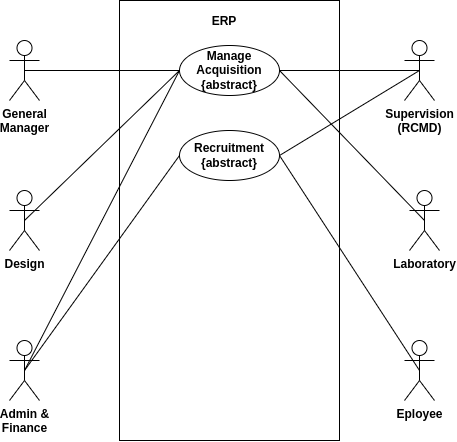
This is stadia/documentation/system-documentation/usecases/top_level_usecase.drawio.png from Simonbelete/odoo-modules, a draw.io export, as it was before one commit. Source tidied: cells renumbered, new cells last; positions are measured from the earlier drawing's top-left corner, leaving out a move shared by most shapes.
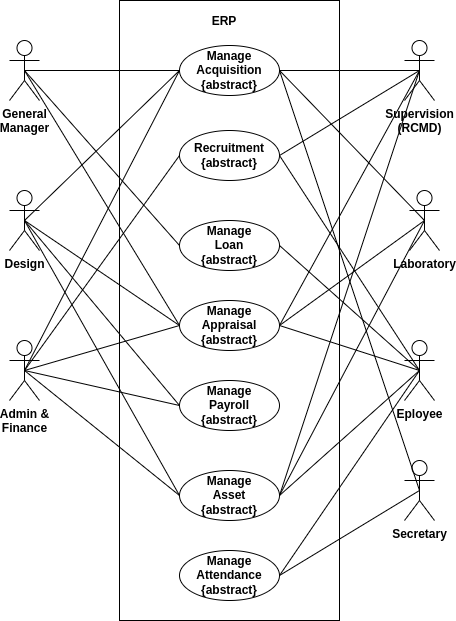
After the change.

What changed in the source:
```diff
@@ -3,7 +3,7 @@
     <mxCell id="0" />
     <mxCell id="1" parent="0" />
     <mxCell id="2" style="rounded=0;whiteSpace=wrap;html=1;" parent="1" vertex="1">
-      <mxGeometry x="110" width="220" height="440" as="geometry" />
+      <mxGeometry x="110" width="220" height="620" as="geometry" />
     </mxCell>
     <mxCell id="3" value="ERP" style="text;html=1;strokeColor=none;fillColor=none;align=center;verticalAlign=middle;whiteSpace=wrap;rounded=0;fontStyle=1;" parent="1" vertex="1">
       <mxGeometry x="140" y="10" width="150" height="21" as="geometry" />
@@ -56,5 +56,77 @@
     <mxCell id="19" style="edgeStyle=none;jettySize=auto;html=1;exitX=0.5;exitY=0.5;exitDx=0;exitDy=0;exitPerimeter=0;endArrow=none;entryX=1;entryY=0.5;entryDx=0;entryDy=0;" parent="1" edge="1" source="7" target="15">
       <mxGeometry relative="1" as="geometry" />
     </mxCell>
+    <mxCell id="20" value="Manage&lt;br&gt;Loan&lt;br&gt;{abstract}" style="ellipse;whiteSpace=wrap;html=1;fontStyle=1;labelBackgroundColor=none;labelBorderColor=none;" parent="1" vertex="1">
+      <mxGeometry x="170" y="220" width="100" height="50" as="geometry" />
+    </mxCell>
+    <mxCell id="21" style="edgeStyle=none;jettySize=auto;html=1;exitX=0.5;exitY=0.5;exitDx=0;exitDy=0;exitPerimeter=0;endArrow=none;entryX=1;entryY=0.5;entryDx=0;entryDy=0;" parent="1" edge="1" source="17" target="20">
+      <mxGeometry relative="1" as="geometry" />
+    </mxCell>
+    <mxCell id="22" style="edgeStyle=none;jettySize=auto;html=1;exitX=0.5;exitY=0.5;exitDx=0;exitDy=0;exitPerimeter=0;entryX=0;entryY=0.5;entryDx=0;entryDy=0;endArrow=none;" parent="1" edge="1" source="5" target="20">
+      <mxGeometry relative="1" as="geometry" />
+    </mxCell>
+    <mxCell id="23" value="Manage&lt;br&gt;Payroll&lt;br&gt;{abstract}" style="ellipse;whiteSpace=wrap;html=1;fontStyle=1;labelBackgroundColor=none;labelBorderColor=none;" parent="1" vertex="1">
+      <mxGeometry x="170" y="380" width="100" height="50" as="geometry" />
+    </mxCell>
+    <mxCell id="24" style="edgeStyle=none;jettySize=auto;html=1;exitX=0.5;exitY=0.5;exitDx=0;exitDy=0;exitPerimeter=0;endArrow=none;entryX=0;entryY=0.5;entryDx=0;entryDy=0;" parent="1" edge="1" source="12" target="23">
+      <mxGeometry relative="1" as="geometry" />
+    </mxCell>
+    <mxCell id="25" style="edgeStyle=none;jettySize=auto;html=1;exitX=0.5;exitY=0.5;exitDx=0;exitDy=0;exitPerimeter=0;entryX=0;entryY=0.5;entryDx=0;entryDy=0;endArrow=none;" parent="1" edge="1" source="8" target="23">
+      <mxGeometry relative="1" as="geometry" />
+    </mxCell>
+    <mxCell id="26" value="Manage&lt;br&gt;Asset&lt;br&gt;{abstract}" style="ellipse;whiteSpace=wrap;html=1;fontStyle=1;labelBackgroundColor=none;labelBorderColor=none;" parent="1" vertex="1">
+      <mxGeometry x="170" y="470" width="100" height="50" as="geometry" />
+    </mxCell>
+    <mxCell id="27" style="edgeStyle=none;jettySize=auto;html=1;exitX=0.5;exitY=0.5;exitDx=0;exitDy=0;exitPerimeter=0;entryX=0;entryY=0.5;entryDx=0;entryDy=0;endArrow=none;" parent="1" edge="1" source="8" target="26">
+      <mxGeometry relative="1" as="geometry" />
+    </mxCell>
+    <mxCell id="28" style="edgeStyle=none;jettySize=auto;html=1;exitX=0.5;exitY=0.5;exitDx=0;exitDy=0;exitPerimeter=0;endArrow=none;entryX=0;entryY=0.5;entryDx=0;entryDy=0;" parent="1" edge="1" source="12" target="26">
+      <mxGeometry relative="1" as="geometry" />
+    </mxCell>
+    <mxCell id="29" style="edgeStyle=none;jettySize=auto;html=1;endArrow=none;entryX=1;entryY=0.5;entryDx=0;entryDy=0;exitX=0.5;exitY=0.5;exitDx=0;exitDy=0;exitPerimeter=0;" parent="1" edge="1" source="7" target="26">
+      <mxGeometry relative="1" as="geometry" />
+    </mxCell>
+    <mxCell id="30" style="edgeStyle=none;jettySize=auto;html=1;endArrow=none;entryX=1;entryY=0.5;entryDx=0;entryDy=0;exitX=0.5;exitY=0.5;exitDx=0;exitDy=0;exitPerimeter=0;" parent="1" edge="1" source="9" target="26">
+      <mxGeometry relative="1" as="geometry" />
+    </mxCell>
+    <mxCell id="31" style="edgeStyle=none;jettySize=auto;html=1;endArrow=none;entryX=1;entryY=0.5;entryDx=0;entryDy=0;exitX=0.5;exitY=0.5;exitDx=0;exitDy=0;exitPerimeter=0;" parent="1" edge="1" source="17" target="26">
+      <mxGeometry relative="1" as="geometry" />
+    </mxCell>
+    <mxCell id="32" value="Manage&lt;br&gt;Attendance&lt;br&gt;{abstract}" style="ellipse;whiteSpace=wrap;html=1;fontStyle=1;labelBackgroundColor=none;labelBorderColor=none;" parent="1" vertex="1">
+      <mxGeometry x="170" y="550" width="100" height="50" as="geometry" />
+    </mxCell>
+    <mxCell id="33" value="Secretary" style="shape=umlActor;verticalLabelPosition=bottom;labelBackgroundColor=#ffffff;verticalAlign=top;html=1;outlineConnect=0;fontStyle=1;" parent="1" vertex="1">
+      <mxGeometry x="395" y="460" width="30" height="60" as="geometry" />
+    </mxCell>
+    <mxCell id="34" value="Manage&lt;br&gt;Appraisal&lt;br&gt;{abstract}" style="ellipse;whiteSpace=wrap;html=1;fontStyle=1;labelBackgroundColor=none;labelBorderColor=none;" parent="1" vertex="1">
+      <mxGeometry x="170" y="300" width="100" height="50" as="geometry" />
+    </mxCell>
+    <mxCell id="35" style="edgeStyle=none;jettySize=auto;html=1;endArrow=none;entryX=1;entryY=0.5;entryDx=0;entryDy=0;exitX=0.5;exitY=0.5;exitDx=0;exitDy=0;exitPerimeter=0;" parent="1" edge="1" source="17" target="32">
+      <mxGeometry relative="1" as="geometry" />
+    </mxCell>
+    <mxCell id="36" style="edgeStyle=none;jettySize=auto;html=1;endArrow=none;entryX=1;entryY=0.5;entryDx=0;entryDy=0;exitX=0.5;exitY=0.5;exitDx=0;exitDy=0;exitPerimeter=0;" parent="1" edge="1" source="33" target="32">
+      <mxGeometry relative="1" as="geometry" />
+    </mxCell>
+    <mxCell id="37" style="edgeStyle=none;jettySize=auto;html=1;endArrow=none;entryX=1;entryY=0.5;entryDx=0;entryDy=0;exitX=0.5;exitY=0.5;exitDx=0;exitDy=0;exitPerimeter=0;" parent="1" edge="1" source="33" target="6">
+      <mxGeometry relative="1" as="geometry" />
+    </mxCell>
+    <mxCell id="38" style="edgeStyle=none;jettySize=auto;html=1;exitX=0.5;exitY=0.5;exitDx=0;exitDy=0;exitPerimeter=0;entryX=0;entryY=0.5;entryDx=0;entryDy=0;endArrow=none;" parent="1" edge="1" source="5" target="34">
+      <mxGeometry relative="1" as="geometry" />
+    </mxCell>
+    <mxCell id="39" style="edgeStyle=none;jettySize=auto;html=1;exitX=0.5;exitY=0.5;exitDx=0;exitDy=0;exitPerimeter=0;entryX=0;entryY=0.5;entryDx=0;entryDy=0;endArrow=none;" parent="1" edge="1" source="8" target="34">
+      <mxGeometry relative="1" as="geometry" />
+    </mxCell>
+    <mxCell id="40" style="edgeStyle=none;jettySize=auto;html=1;exitX=0.5;exitY=0.5;exitDx=0;exitDy=0;exitPerimeter=0;entryX=0;entryY=0.5;entryDx=0;entryDy=0;endArrow=none;" parent="1" edge="1" source="12" target="34">
+      <mxGeometry relative="1" as="geometry" />
+    </mxCell>
+    <mxCell id="41" style="edgeStyle=none;jettySize=auto;html=1;endArrow=none;entryX=1;entryY=0.5;entryDx=0;entryDy=0;exitX=0.5;exitY=0.5;exitDx=0;exitDy=0;exitPerimeter=0;" parent="1" edge="1" source="7" target="34">
+      <mxGeometry relative="1" as="geometry" />
+    </mxCell>
+    <mxCell id="42" style="edgeStyle=none;jettySize=auto;html=1;endArrow=none;entryX=1;entryY=0.5;entryDx=0;entryDy=0;exitX=0.5;exitY=0.5;exitDx=0;exitDy=0;exitPerimeter=0;" parent="1" edge="1" source="9" target="34">
+      <mxGeometry relative="1" as="geometry" />
+    </mxCell>
+    <mxCell id="43" style="edgeStyle=none;jettySize=auto;html=1;endArrow=none;entryX=1;entryY=0.5;entryDx=0;entryDy=0;exitX=0.5;exitY=0.5;exitDx=0;exitDy=0;exitPerimeter=0;" parent="1" edge="1" source="17" target="34">
+      <mxGeometry relative="1" as="geometry" />
+    </mxCell>
   </root>
 </mxGraphModel>
```
